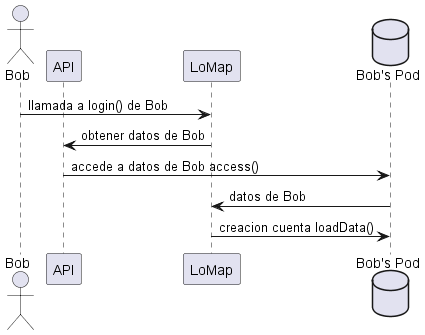
Earlier version of the PlantUML export images/Login.png (Arquisoft/lomap_es5b).
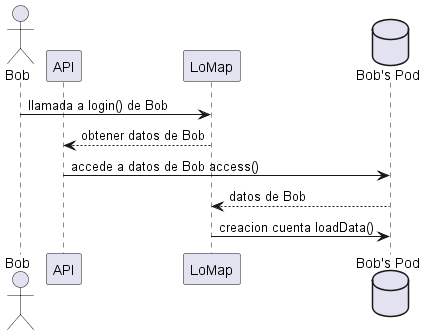
After the commit.

The edit, as a diff of the source:
```diff
@@ -4,8 +4,8 @@
 participant LoMap
 database Pod as "Bob's Pod"
 Bob -> LoMap: llamada a login() de Bob
-LoMap -> API: obtener datos de Bob
+LoMap --> API: obtener datos de Bob
 API -> Pod: accede a datos de Bob access()
-Pod -> LoMap: datos de Bob
+Pod --> LoMap: datos de Bob
 LoMap -> Pod: creacion cuenta loadData()
 @enduml
```
